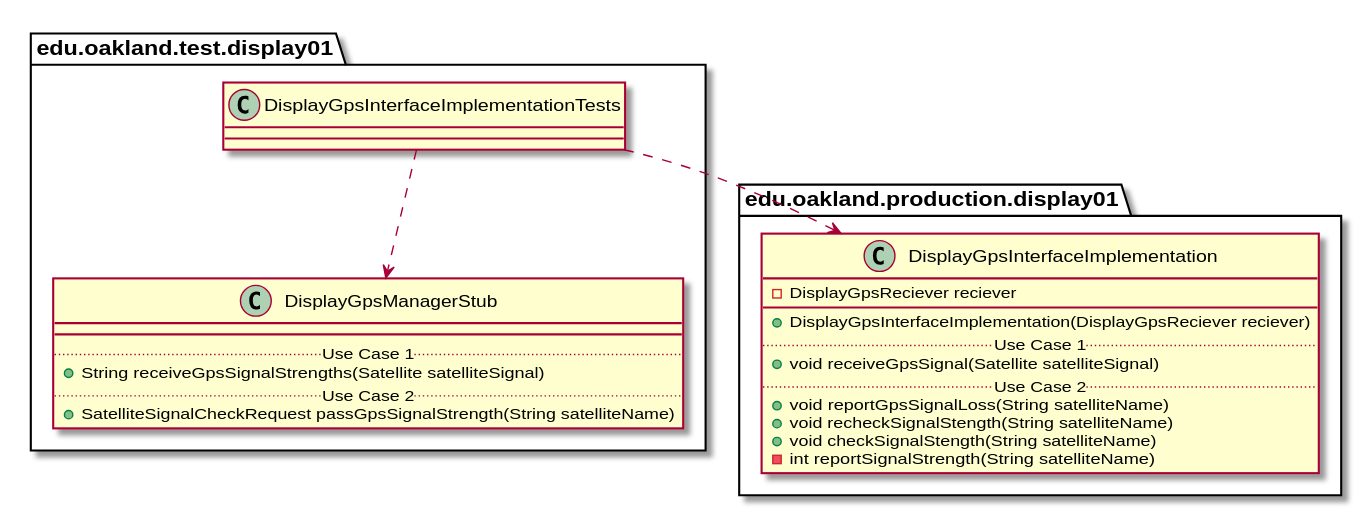
This is docs/uml-class-diagrams/display01/test/DisplayGpsInterfaceImplementationTests/DisplayGpsInterfaceImplementationTests_DirectDependencies.svg from elilley15/csi-3370-software-project, a PlantUML export, as it was before one commit. The source it was exported from:
```plantuml
@startuml DisplayGpsInterfaceImplementationTests_DirectDependencies


package edu.oakland.test.display01 {
    class DisplayGpsInterfaceImplementationTests {

    }
}



package edu.oakland.test.display01 {
    class DisplayGpsManagerStub {
        __
        .. Use Case 1 ..
        + String receiveGpsSignalStrengths(Satellite satelliteSignal)
        .. Use Case 2 ..
        + SatelliteSignalCheckRequest passGpsSignalStrength(String satelliteName)
    }
}

DisplayGpsInterfaceImplementationTests ..> DisplayGpsManagerStub



package edu.oakland.production.display01 {
    class DisplayGpsInterfaceImplementation {
        - DisplayGpsReciever reciever
        __
        + DisplayGpsInterfaceImplementation(DisplayGpsReciever reciever)
        .. Use Case 1 ..
        + void receiveGpsSignal(Satellite satelliteSignal)
        .. Use Case 2 ..
        + void reportGpsSignalLoss(String satelliteName)
        + void recheckSignalStength(String satelliteName)
        + void checkSignalStength(String satelliteName)
        - int reportSignalStrength(String satelliteName)
    }
}

DisplayGpsInterfaceImplementationTests ..> DisplayGpsInterfaceImplementation



@enduml
```
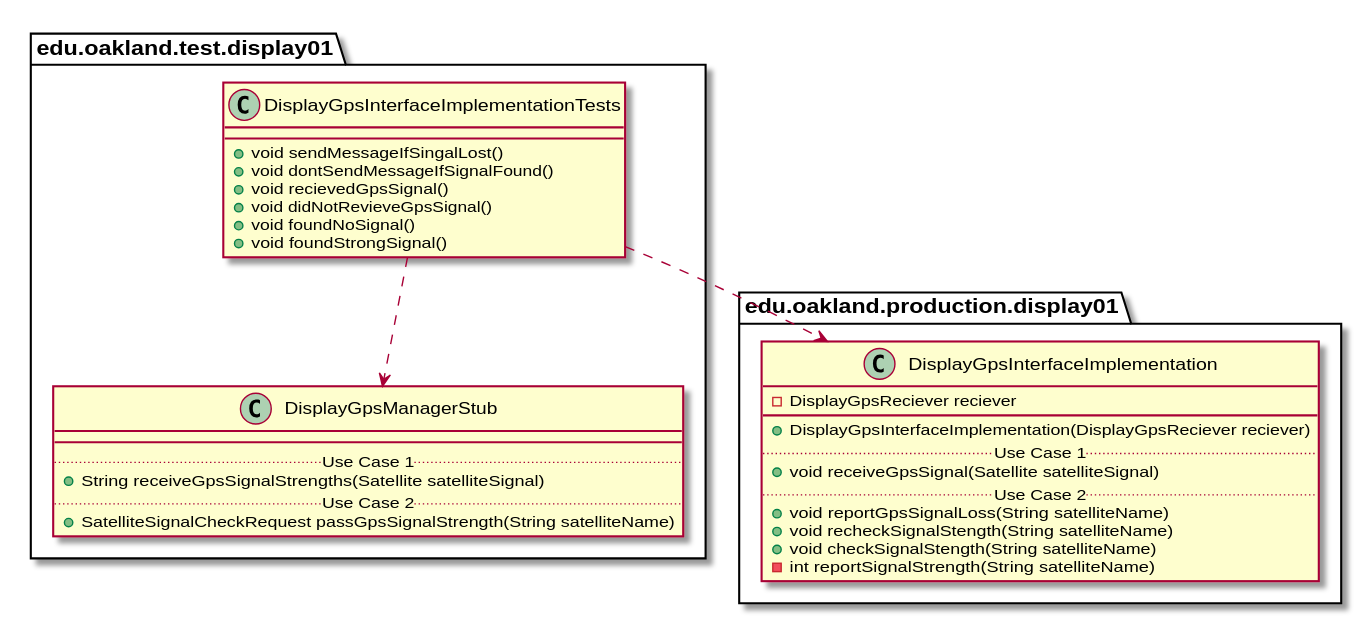
Later version of the same file.

The edit, as a diff of the source:
```diff
@@ -3,7 +3,12 @@
 
 package edu.oakland.test.display01 {
     class DisplayGpsInterfaceImplementationTests {
-
+      + void sendMessageIfSingalLost()
+      + void dontSendMessageIfSignalFound()
+      + void recievedGpsSignal()
+      + void didNotRevieveGpsSignal()
+      + void foundNoSignal()
+      + void foundStrongSignal()
     }
 }
 
```
